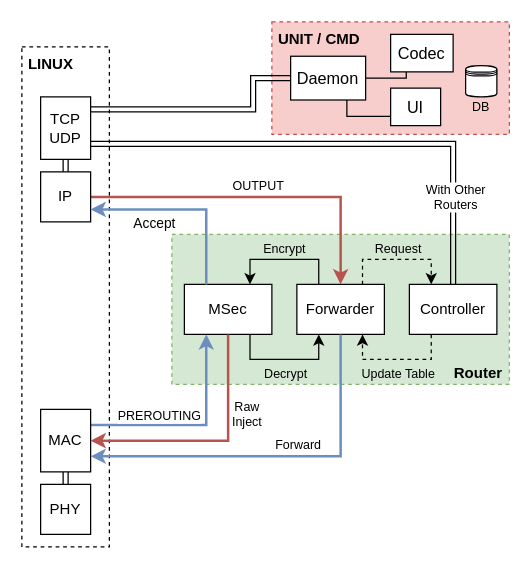
Before: docs/figures/net_stack.drawio in mido3ds/C4IAN, a draw.io diagram. Source tidied: cells renumbered, new cells numbered last; positions are measured from the earlier drawing's top-left corner, leaving out a move shared by most shapes. Both pictures are drawn from the tidied source at 125%, with x=0, y=0 at pixel (21, 21).
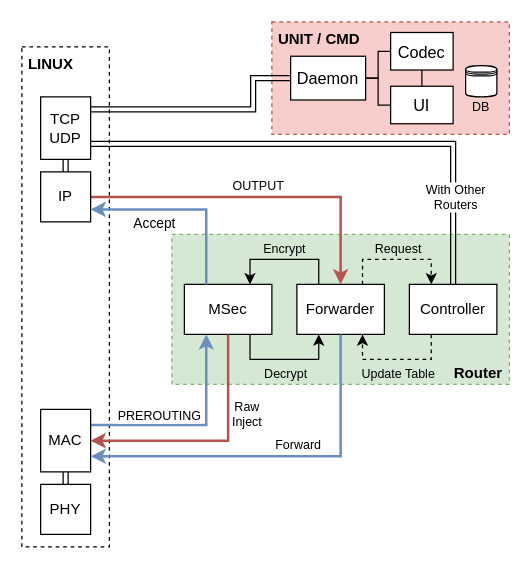
The same diagram, later.

Commit message (it also covers changes not shown here):
net_stack: connection between ui and codec

Unchanged cells that the change refers to:
```xml
<mxCell id="36" value="Daemon" style="rounded=0;whiteSpace=wrap;html=1;labelBackgroundColor=#ffffff;fontSize=13;fontColor=#000000;align=center;" parent="1" vertex="1">
  <mxGeometry x="215" y="27.5" width="60" height="35" as="geometry" />
</mxCell>
```

Change to the diagram source:
```diff
@@
-    <mxCell id="37" style="edgeStyle=orthogonalEdgeStyle;rounded=0;jumpStyle=none;jettySize=auto;html=1;exitX=1;exitY=0.25;exitDx=0;exitDy=0;entryX=0.75;entryY=1;entryDx=0;entryDy=0;startArrow=none;startFill=0;endArrow=none;endFill=0;strokeWidth=1;fontSize=13;fontColor=#000000;" parent="1" edge="1" source="38" target="36">
-      <mxGeometry relative="1" as="geometry" />
+    <mxCell id="37" style="edgeStyle=orthogonalEdgeStyle;rounded=0;jettySize=auto;html=1;exitX=1;exitY=0.5;exitDx=0;exitDy=0;entryX=1;entryY=0.5;entryDx=0;entryDy=0;endArrow=none;endFill=0;" parent="1" edge="1" source="38" target="36">
+      <mxGeometry relative="1" as="geometry">
+        <Array as="points">
+          <mxPoint x="285" y="67" />
+          <mxPoint x="285" y="45" />
+        </Array>
+      </mxGeometry>
     </mxCell>
     <mxCell id="38" value="UI" style="whiteSpace=wrap;html=1;rounded=0;labelBackgroundColor=#ffffff;fontSize=13;fontColor=#000000;align=center;direction=west;horizontal=1;" parent="1" vertex="1">
-      <mxGeometry x="295" y="53" width="40" height="30" as="geometry" />
+      <mxGeometry x="295" y="51.5" width="50" height="30" as="geometry" />
     </mxCell>
+    <mxCell id="42" style="edgeStyle=orthogonalEdgeStyle;rounded=0;jettySize=auto;html=1;exitX=0.5;exitY=0;exitDx=0;exitDy=0;entryX=0.5;entryY=1;entryDx=0;entryDy=0;endArrow=none;endFill=0;" parent="1" edge="1" source="40" target="38">
+      <mxGeometry relative="1" as="geometry" />
+    </mxCell>
-    <mxCell id="39" style="edgeStyle=orthogonalEdgeStyle;rounded=0;jumpStyle=none;jettySize=auto;html=1;exitX=0.75;exitY=0;exitDx=0;exitDy=0;entryX=1;entryY=0.5;entryDx=0;entryDy=0;startArrow=none;startFill=0;endArrow=none;endFill=0;strokeWidth=1;fontSize=13;fontColor=#000000;" parent="1" edge="1" source="40" target="36">
+    <mxCell id="39" style="edgeStyle=orthogonalEdgeStyle;rounded=0;jettySize=auto;html=1;exitX=1;exitY=0.5;exitDx=0;exitDy=0;entryX=1;entryY=0.5;entryDx=0;entryDy=0;endArrow=none;endFill=0;" parent="1" edge="1" source="40" target="36">
       <mxGeometry relative="1" as="geometry">
         <Array as="points">
-          <mxPoint x="307" y="45" />
+          <mxPoint x="285" y="24" />
+          <mxPoint x="285" y="45" />
         </Array>
       </mxGeometry>
     </mxCell>
     <mxCell id="40" value="Codec" style="whiteSpace=wrap;html=1;rounded=0;labelBackgroundColor=#ffffff;fontSize=13;fontColor=#000000;align=center;direction=west;horizontal=1;" parent="1" vertex="1">
-      <mxGeometry x="295" y="10" width="50" height="30" as="geometry" />
+      <mxGeometry x="295" y="8.5" width="50" height="30" as="geometry" />
     </mxCell>
```
